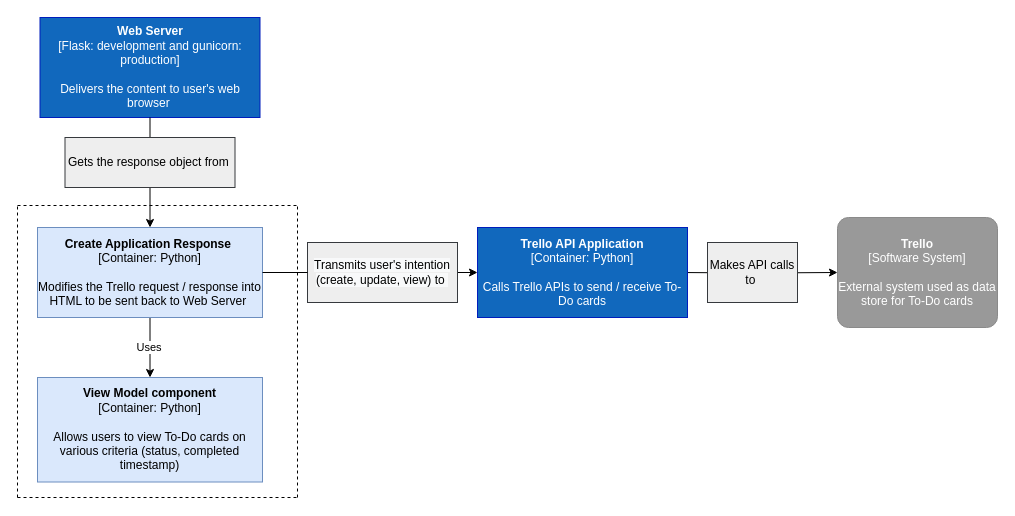
Before: page "To-Do Controller" (2 of 2) of documentation/component_diagram.drawio in vaibhav1sh/DevOps-Course-Starter, a draw.io diagram. Source tidied: cells renumbered, new cells numbered last; positions are measured from the earlier drawing's top-left corner, leaving out a move shared by most shapes. Both pictures are drawn from the tidied source at 100%, with x=0, y=0 at pixel (17, 17).
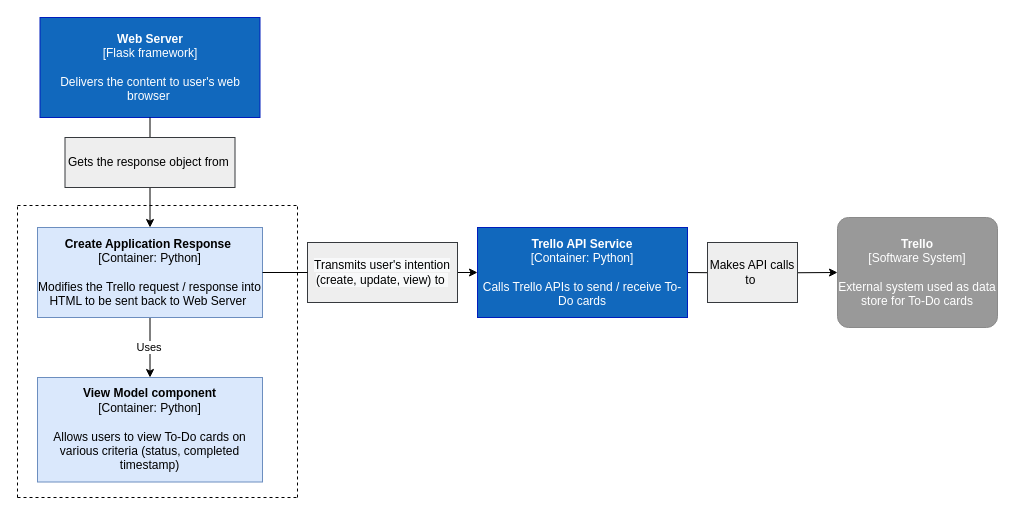
The same page after the edit.

What changed in the source:
```diff
@@
-    <mxCell id="6" value="&lt;b&gt;Web Server&lt;/b&gt;&lt;br&gt;[Flask: development and gunicorn: production]&lt;br&gt;&lt;br&gt;Delivers the content to user's web browser&amp;nbsp;" style="rounded=0;whiteSpace=wrap;html=1;strokeColor=#001DBC;noLabel=0;fontColor=#ffffff;fillColor=#1168BD;" parent="1" vertex="1">
+    <mxCell id="6" value="&lt;b&gt;Web Server&lt;/b&gt;&lt;br&gt;[Flask framework]&lt;br&gt;&lt;br&gt;Delivers the content to user's web browser&amp;nbsp;" style="rounded=0;whiteSpace=wrap;html=1;strokeColor=#001DBC;noLabel=0;fontColor=#ffffff;fillColor=#1168BD;" parent="1" vertex="1">
       <mxGeometry x="22.5" width="220" height="100" as="geometry" />
     </mxCell>
@@
-    <mxCell id="13" value="&lt;b&gt;Trello API Application&lt;/b&gt;&lt;br&gt;[Container: Python]&lt;br&gt;&lt;br&gt;Calls Trello APIs to send / receive To-Do cards" style="rounded=0;whiteSpace=wrap;html=1;strokeColor=#001DBC;noLabel=0;fontColor=#ffffff;fillColor=#1168BD;" parent="1" vertex="1">
+    <mxCell id="13" value="&lt;b&gt;Trello API Service&lt;/b&gt;&lt;br&gt;[Container: Python]&lt;br&gt;&lt;br&gt;Calls Trello APIs to send / receive To-Do cards" style="rounded=0;whiteSpace=wrap;html=1;strokeColor=#001DBC;noLabel=0;fontColor=#ffffff;fillColor=#1168BD;" parent="1" vertex="1">
       <mxGeometry x="460" y="210" width="210" height="90" as="geometry" />
     </mxCell>
```
